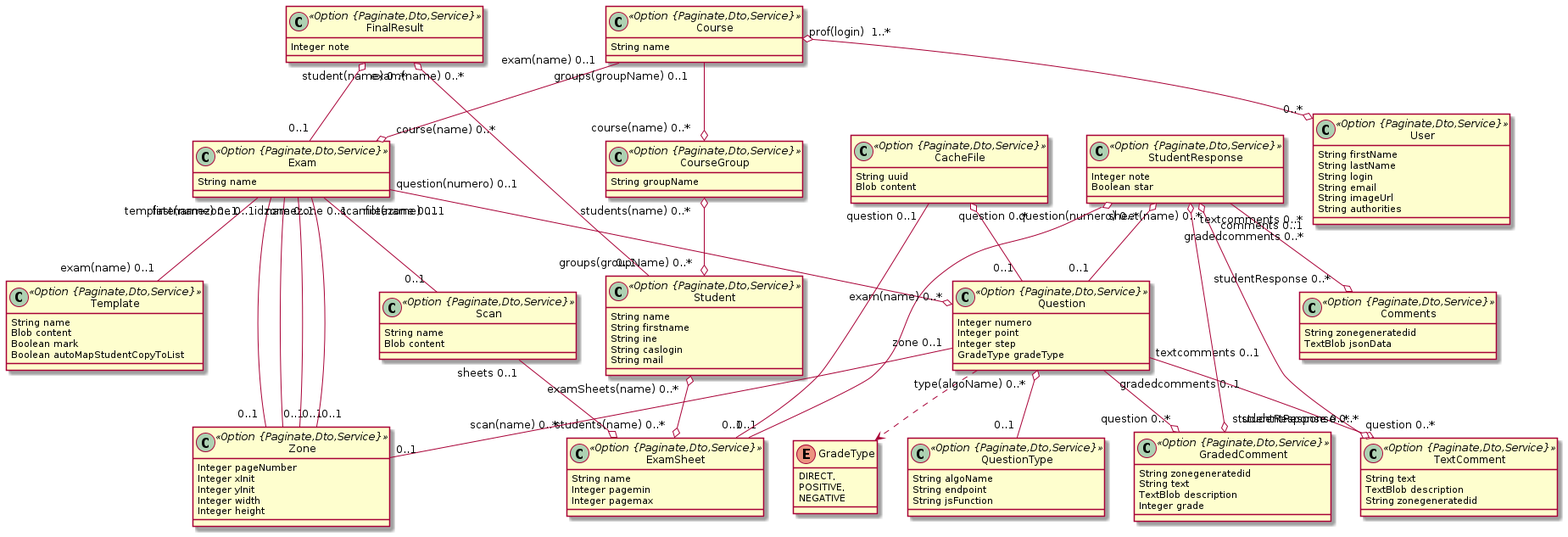
Earlier version of the PlantUML export model.png (correctexam/corrigeExamBack).
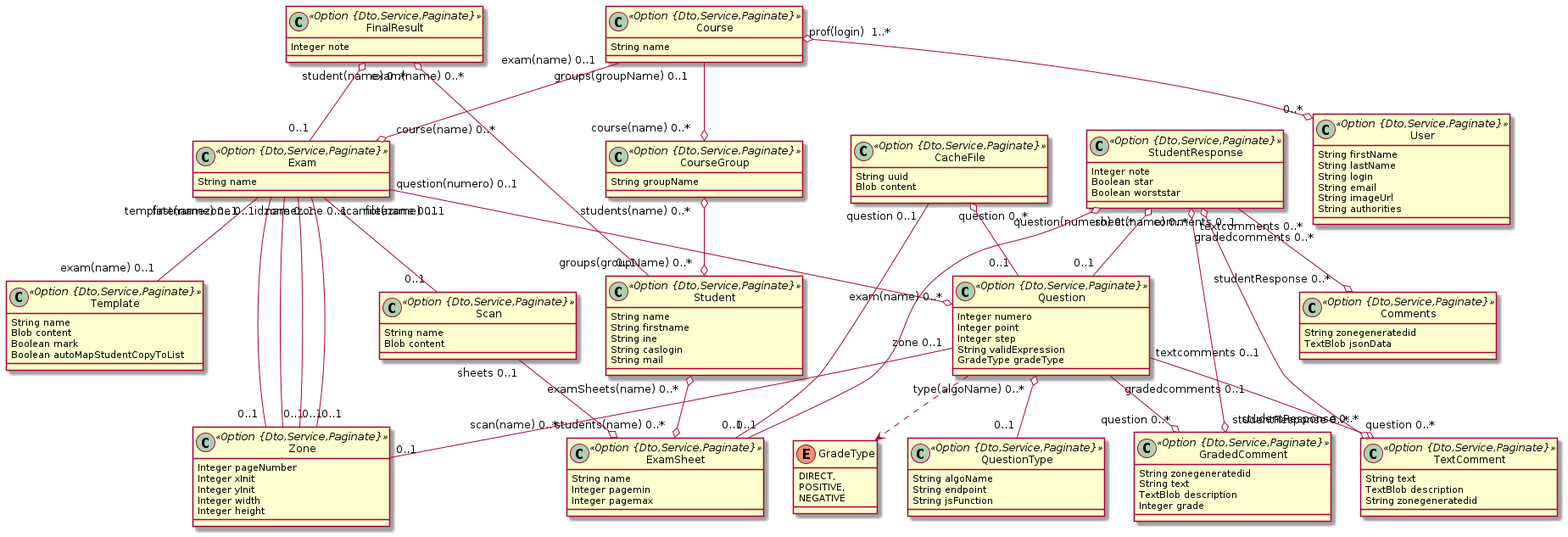
After the commit.

Diff of the diagram source:
```diff
@@ -1,31 +1,32 @@
 @startuml
 	!pragma syntax class
-	class Course <<Option {Paginate,Dto,Service}>> {
+	class Course <<Option {Dto,Service,Paginate}>> {
 		String name
 	}
-	class CourseGroup <<Option {Paginate,Dto,Service}>> {
+	class CourseGroup <<Option {Dto,Service,Paginate}>> {
 		String groupName
 	}
-	class Student <<Option {Paginate,Dto,Service}>> {
+	class Student <<Option {Dto,Service,Paginate}>> {
 		String name
 		String firstname
 		String ine
 		String caslogin
 		String mail
 	}
-	class Exam <<Option {Paginate,Dto,Service}>> {
+	class Exam <<Option {Dto,Service,Paginate}>> {
 		String name
 	}
-	class Template <<Option {Paginate,Dto,Service}>> {
+	class Template <<Option {Dto,Service,Paginate}>> {
 		String name
 		Blob content
 		Boolean mark
 		Boolean autoMapStudentCopyToList
 	}
-	class Question <<Option {Paginate,Dto,Service}>> {
+	class Question <<Option {Dto,Service,Paginate}>> {
 		Integer numero
 		Integer point
 		Integer step
+		String validExpression
 		GradeType gradeType
 	}
 	Question ..> GradeType
@@ -34,50 +35,51 @@
 		POSITIVE,
 		NEGATIVE
 	}
-	class QuestionType <<Option {Paginate,Dto,Service}>> {
+	class QuestionType <<Option {Dto,Service,Paginate}>> {
 		String algoName
 		String endpoint
 		String jsFunction
 	}
-	class ExamSheet <<Option {Paginate,Dto,Service}>> {
+	class ExamSheet <<Option {Dto,Service,Paginate}>> {
 		String name
 		Integer pagemin
 		Integer pagemax
 	}
-	class Scan <<Option {Paginate,Dto,Service}>> {
+	class Scan <<Option {Dto,Service,Paginate}>> {
 		String name
 		Blob content
 	}
-	class FinalResult <<Option {Paginate,Dto,Service}>> {
+	class FinalResult <<Option {Dto,Service,Paginate}>> {
 		Integer note
 	}
-	class StudentResponse <<Option {Paginate,Dto,Service}>> {
+	class StudentResponse <<Option {Dto,Service,Paginate}>> {
 		Integer note
 		Boolean star
+		Boolean worststar
 	}
-	class TextComment <<Option {Paginate,Dto,Service}>> {
+	class TextComment <<Option {Dto,Service,Paginate}>> {
 		String text
 		TextBlob description
 		String zonegeneratedid
 	}
-	class GradedComment <<Option {Paginate,Dto,Service}>> {
+	class GradedComment <<Option {Dto,Service,Paginate}>> {
 		String zonegeneratedid
 		String text
 		TextBlob description
 		Integer grade
 	}
-	class Comments <<Option {Paginate,Dto,Service}>> {
+	class Comments <<Option {Dto,Service,Paginate}>> {
 		String zonegeneratedid
 		TextBlob jsonData
 	}
-	class Zone <<Option {Paginate,Dto,Service}>> {
+	class Zone <<Option {Dto,Service,Paginate}>> {
 		Integer pageNumber
 		Integer xInit
 		Integer yInit
 		Integer width
 		Integer height
 	}
-	class CacheFile <<Option {Paginate,Dto,Service}>> {
+	class CacheFile <<Option {Dto,Service,Paginate}>> {
 		String uuid
 		Blob content
 	}
@@ -107,7 +109,7 @@
 	Exam  "notezone 0..1 " -- "0..1 "  Zone
 	Exam  "scanfile(name) 0..1 " -- "0..1 "  Scan
 	CacheFile  "question 0..1 " -- "0..1 "  ExamSheet
-	class User <<Option {Paginate,Dto,Service}>> {
+	class User <<Option {Dto,Service,Paginate}>> {
 		String firstName
 		String lastName
 		String login
```
